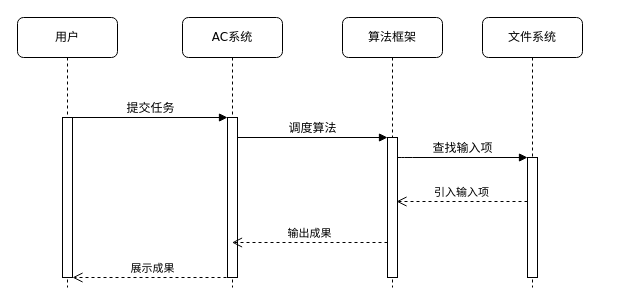
kaifeiji/draw.io keeps this draw.io diagram as AC-流程设计.drawio. Above is the earlier version. Source tidied: cells renumbered, new cells numbered last; positions are measured from the earlier drawing's top-left corner, leaving out a move shared by most shapes. Both pictures are drawn from the tidied source at 100%, with x=0, y=0 at pixel (17, 17).
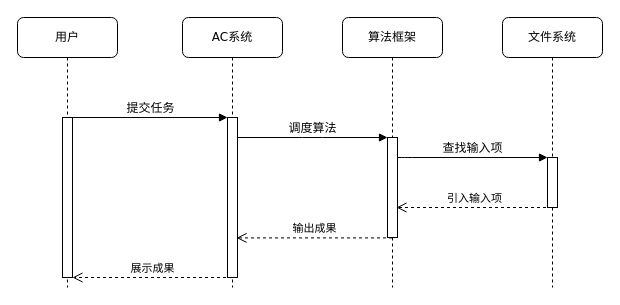
The same page after the edit.

Unchanged cells that the change refers to:
```xml
<mxCell id="4" value="算法框架" style="shape=umlLifeline;perimeter=lifelinePerimeter;whiteSpace=wrap;html=1;rounded=1;shadow=0;comic=0;labelBackgroundColor=none;strokeWidth=1;fontFamily=Verdana;fontSize=12;align=center;" parent="1" vertex="1">
  <mxGeometry x="325" width="100" height="270" as="geometry" />
</mxCell>
<mxCell id="8" style="html=1;points=[];perimeter=orthogonalPerimeter;rounded=0;shadow=0;comic=0;labelBackgroundColor=none;strokeWidth=1;fontFamily=Verdana;fontSize=12;align=center;" parent="7" vertex="1">
  <mxGeometry x="45" y="100" width="10" height="160" as="geometry" />
</mxCell>
```

The edit, as a diff of the source:
```diff
@@
     <mxCell id="5" style="html=1;points=[];perimeter=orthogonalPerimeter;rounded=0;shadow=0;comic=0;labelBackgroundColor=none;strokeWidth=1;fontFamily=Verdana;fontSize=12;align=center;" parent="4" vertex="1">
-      <mxGeometry x="45" y="120" width="10" height="140" as="geometry" />
+      <mxGeometry x="45" y="120" width="10" height="100" as="geometry" />
     </mxCell>
     <mxCell id="6" value="文件系统" style="shape=umlLifeline;perimeter=lifelinePerimeter;whiteSpace=wrap;html=1;rounded=1;shadow=0;comic=0;labelBackgroundColor=none;strokeWidth=1;fontFamily=Verdana;fontSize=12;align=center;" parent="1" vertex="1">
-      <mxGeometry x="465" width="100" height="270" as="geometry" />
+      <mxGeometry x="485" width="100" height="270" as="geometry" />
     </mxCell>
@@
     <mxCell id="9" style="html=1;points=[];perimeter=orthogonalPerimeter;rounded=0;shadow=0;comic=0;labelBackgroundColor=none;strokeWidth=1;fontFamily=Verdana;fontSize=12;align=center;" parent="1" vertex="1">
-      <mxGeometry x="510" y="140" width="10" height="120" as="geometry" />
+      <mxGeometry x="530" y="140" width="10" height="50" as="geometry" />
     </mxCell>
@@
     <mxCell id="13" value="引入输入项" style="html=1;verticalAlign=bottom;endArrow=open;dashed=1;endSize=8;rounded=0;entryX=0.9;entryY=0.835;entryDx=0;entryDy=0;entryPerimeter=0;" parent="1" edge="1">
       <mxGeometry relative="1" as="geometry">
-        <mxPoint x="510" y="184" as="sourcePoint" />
-        <mxPoint x="379" y="184" as="targetPoint" />
+        <mxPoint x="534.5" y="190" as="sourcePoint" />
+        <mxPoint x="379" y="190" as="targetPoint" />
       </mxGeometry>
     </mxCell>
-    <mxCell id="14" value="输出成果" style="html=1;verticalAlign=bottom;endArrow=open;dashed=1;endSize=8;rounded=0;" parent="1" edge="1">
+    <mxCell id="14" value="输出成果" style="html=1;verticalAlign=bottom;endArrow=open;dashed=1;endSize=8;rounded=0;entryX=0.9;entryY=0.784;entryDx=0;entryDy=0;entryPerimeter=0;" parent="1" edge="1">
       <mxGeometry relative="1" as="geometry">
-        <mxPoint x="370" y="225" as="sourcePoint" />
-        <mxPoint x="214.5" y="225" as="targetPoint" />
+        <mxPoint x="374.5" y="220.4" as="sourcePoint" />
+        <mxPoint x="219" y="220.4" as="targetPoint" />
       </mxGeometry>
     </mxCell>
-    <mxCell id="15" value="展示成果" style="html=1;verticalAlign=bottom;endArrow=open;dashed=1;endSize=8;rounded=0;" parent="1" edge="1" target="8">
+    <mxCell id="15" value="展示成果" style="html=1;verticalAlign=bottom;endArrow=open;dashed=1;endSize=8;rounded=0;" parent="1" edge="1">
       <mxGeometry relative="1" as="geometry">
-        <mxPoint x="215" y="260" as="sourcePoint" />
+        <mxPoint x="214.5" y="260" as="sourcePoint" />
+        <mxPoint x="55" y="260" as="targetPoint" />
       </mxGeometry>
     </mxCell>
```
